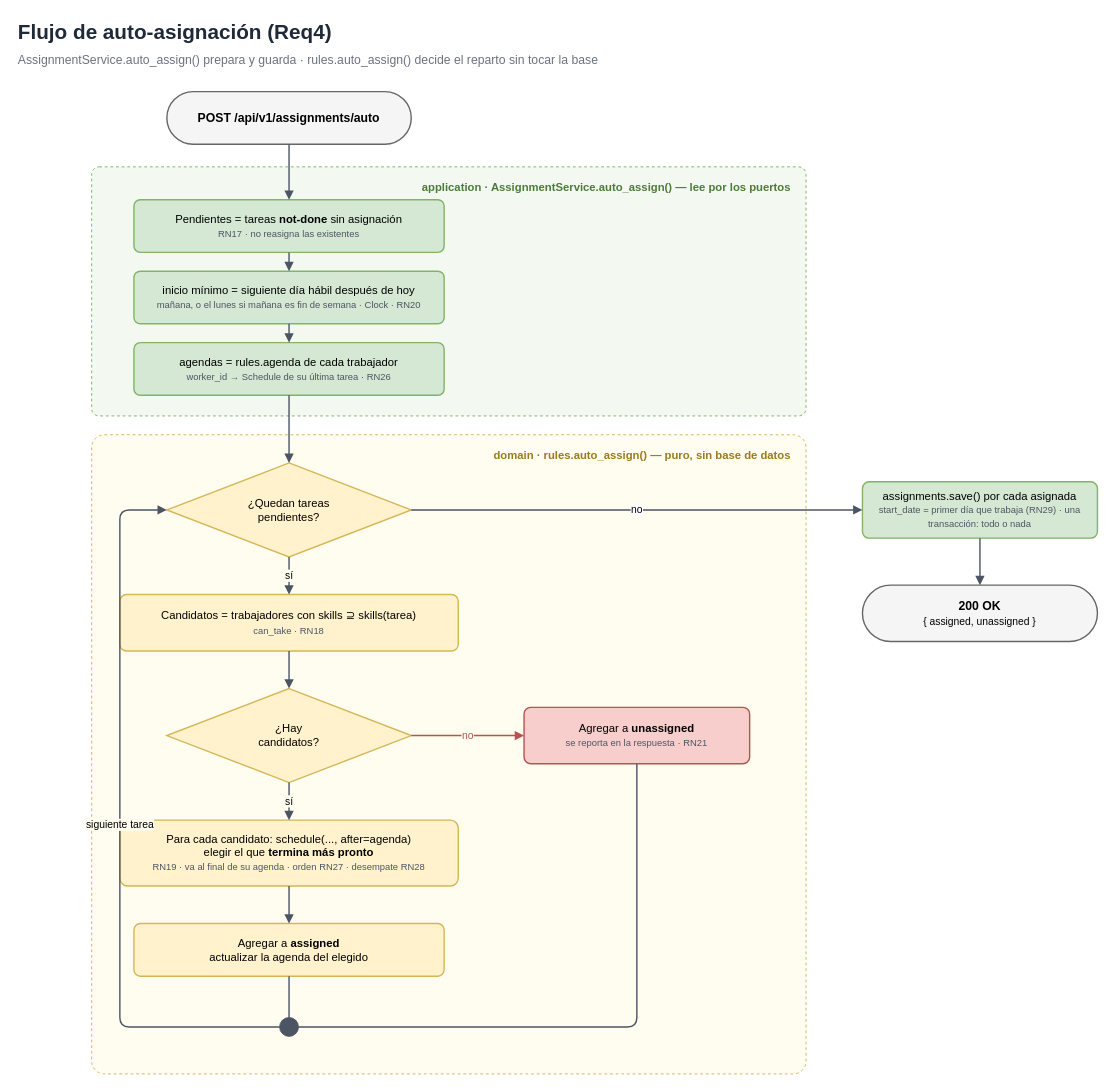
This is docs/diagramas/05-auto-asignacion.drawio from hisandan/TaskWorkers, a draw.io file, before an edit. Source tidied: cells renumbered, new cells numbered last; positions are measured from the earlier drawing's top-left corner, leaving out a move shared by most shapes. Both pictures are drawn from the tidied source at 94%, with x=0, y=0 at pixel (16, 16).
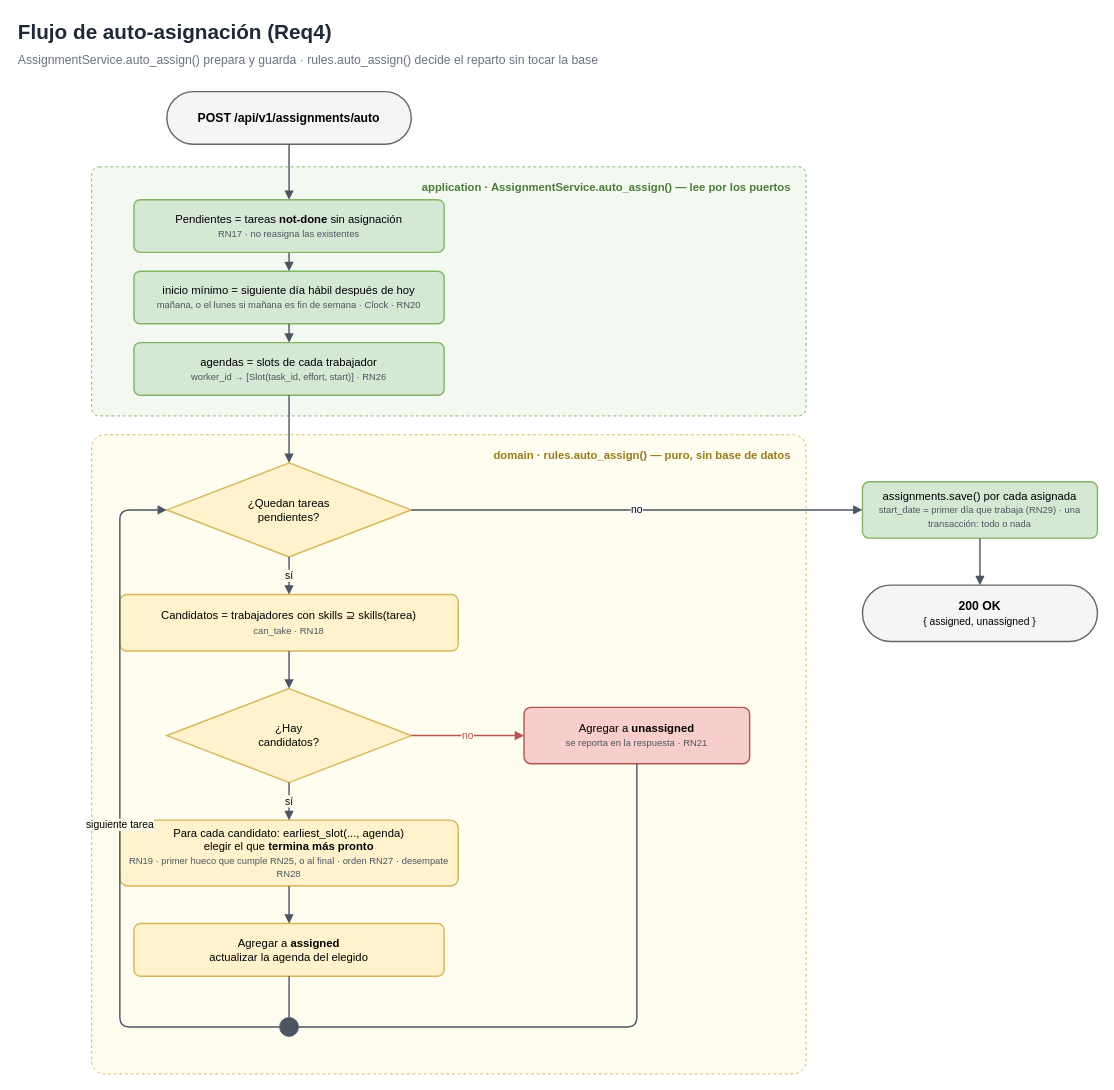
After the change.

The edit, as a diff of the source:
```diff
@@
-    <mxCell id="9" value="agendas = rules.agenda de cada trabajador&lt;br&gt;&lt;span style='font-size:10px;color:#4b5563'&gt;worker_id → Schedule de su última tarea · RN26&lt;/span&gt;" style="rounded=1;whiteSpace=wrap;html=1;fillColor=#d5e8d4;strokeColor=#82b366;fontSize=12;arcSize=12;strokeWidth=1.5;" parent="1" vertex="1">
+    <mxCell id="9" value="agendas = slots de cada trabajador&lt;br&gt;&lt;span style='font-size:10px;color:#4b5563'&gt;worker_id → [Slot(task_id, effort, start)] · RN26&lt;/span&gt;" style="rounded=1;whiteSpace=wrap;html=1;fillColor=#d5e8d4;strokeColor=#82b366;fontSize=12;arcSize=12;strokeWidth=1.5;" parent="1" vertex="1">
       <mxGeometry x="125" y="347" width="330" height="56" as="geometry" />
     </mxCell>
@@
-    <mxCell id="13" value="Para cada candidato: schedule(..., after=agenda)&lt;br&gt;elegir el que &lt;b&gt;termina más pronto&lt;/b&gt;&lt;br&gt;&lt;span style='font-size:10px;color:#4b5563'&gt;RN19 · va al final de su agenda · orden RN27 · desempate RN28&lt;/span&gt;" style="rounded=1;whiteSpace=wrap;html=1;fillColor=#fff2cc;strokeColor=#d6b656;fontSize=12;arcSize=12;strokeWidth=1.5;" parent="1" vertex="1">
+    <mxCell id="13" value="Para cada candidato: earliest_slot(..., agenda)&lt;br&gt;elegir el que &lt;b&gt;termina más pronto&lt;/b&gt;&lt;br&gt;&lt;span style='font-size:10px;color:#4b5563'&gt;RN19 · primer hueco que cumple RN25, o al final · orden RN27 · desempate RN28&lt;/span&gt;" style="rounded=1;whiteSpace=wrap;html=1;fillColor=#fff2cc;strokeColor=#d6b656;fontSize=12;arcSize=12;strokeWidth=1.5;" parent="1" vertex="1">
       <mxGeometry x="110" y="855" width="360" height="70" as="geometry" />
     </mxCell>
```
